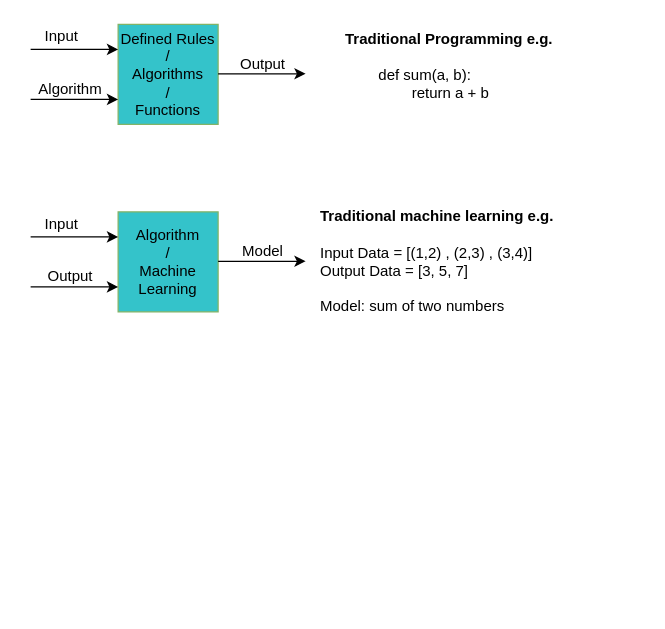
edquestofficial/gen-ai-case-study keeps this draw.io diagram as design_document/MLOps.drawio. Above is the earlier version. Source tidied: cells renumbered, new cells numbered last; positions are measured from the earlier drawing's top-left corner, leaving out a move shared by most shapes. Both pictures are drawn from the tidied source at 125%, with x=0, y=0 at pixel (30, 21).
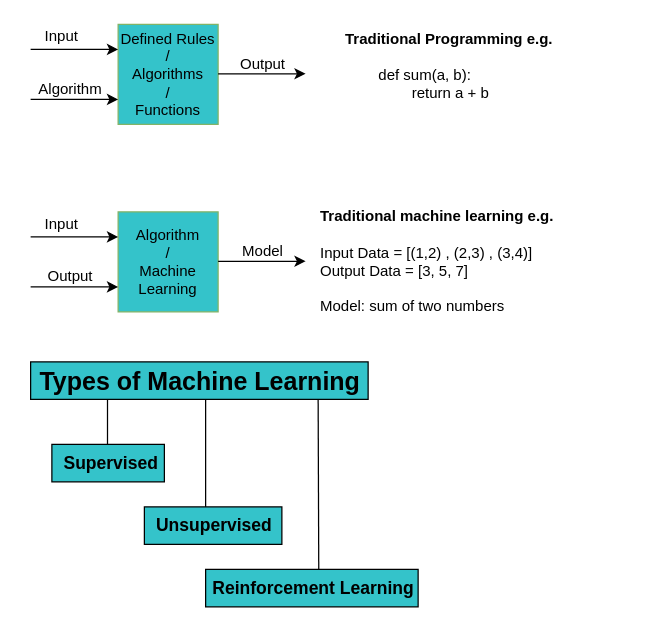
The same page after the edit.

What changed in the source:
```diff
@@
+    <mxCell id="18" style="endArrow=none;html=1;rounded=0;" parent="1" edge="1">
+      <mxGeometry relative="1" as="geometry">
+        <mxPoint x="230.5" y="438" as="sourcePoint" />
+        <mxPoint x="230" y="298" as="targetPoint" />
+      </mxGeometry>
+    </mxCell>
+    <mxCell id="19" style="endArrow=none;html=1;rounded=0;" parent="1" edge="1">
+      <mxGeometry relative="1" as="geometry">
+        <mxPoint x="140" y="392" as="sourcePoint" />
+        <mxPoint x="140" y="302" as="targetPoint" />
+      </mxGeometry>
+    </mxCell>
+    <mxCell id="20" style="endArrow=none;html=1;rounded=0;" parent="1" edge="1">
+      <mxGeometry relative="1" as="geometry">
+        <mxPoint x="61.5" y="342" as="sourcePoint" />
+        <mxPoint x="61.5" y="302" as="targetPoint" />
+      </mxGeometry>
+    </mxCell>
@@
+    <mxCell id="21" value="&lt;b&gt;&lt;font style=&quot;font-size: 20px;&quot;&gt;&amp;nbsp;Types of Machine Learning&lt;/font&gt;&lt;/b&gt;" style="text;html=1;align=left;verticalAlign=middle;whiteSpace=wrap;rounded=0;strokeColor=default;fillColor=light-dark(#34c3ca, #ededed);" parent="1" vertex="1">
+      <mxGeometry y="272" width="270" height="30" as="geometry" />
+    </mxCell>
+    <mxCell id="22" value="  Supervised" style="text;whiteSpace=wrap;strokeColor=default;fontStyle=1;fontSize=14;verticalAlign=middle;fillColor=light-dark(#34c3ca, #ededed);" parent="1" vertex="1">
+      <mxGeometry x="17" y="338" width="90" height="30" as="geometry" />
+    </mxCell>
+    <mxCell id="23" value="  Unsupervised" style="text;whiteSpace=wrap;strokeColor=default;fontStyle=1;fontSize=14;fillColor=light-dark(#34c3ca, #ededed);" parent="1" vertex="1">
+      <mxGeometry x="91" y="388" width="110" height="30" as="geometry" />
+    </mxCell>
+    <mxCell id="24" value=" Reinforcement Learning" style="text;whiteSpace=wrap;strokeColor=default;fontStyle=1;fontSize=14;fillColor=light-dark(#34c3ca, #ededed);" parent="1" vertex="1">
+      <mxGeometry x="140" y="438" width="170" height="30" as="geometry" />
+    </mxCell>
```
